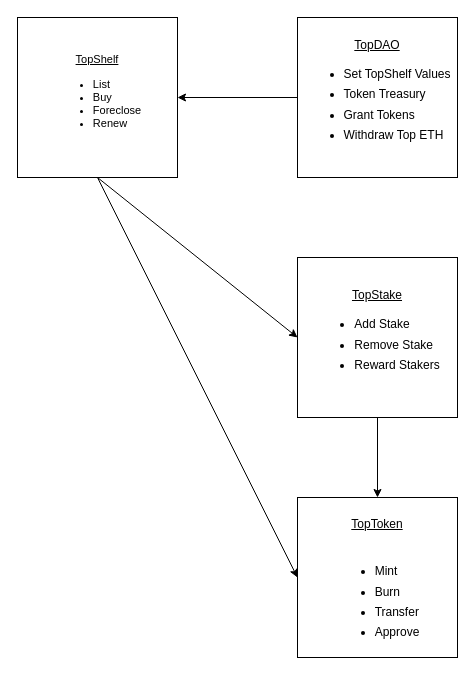
The draw.io diagram outline.drawio in almaraz97/TopShelf, before the edit. Source tidied: cells renumbered, new cells numbered last; positions are measured from the earlier drawing's top-left corner, leaving out a move shared by most shapes. Both pictures are drawn from the tidied source at 100%, with x=0, y=0 at pixel (17, 17).
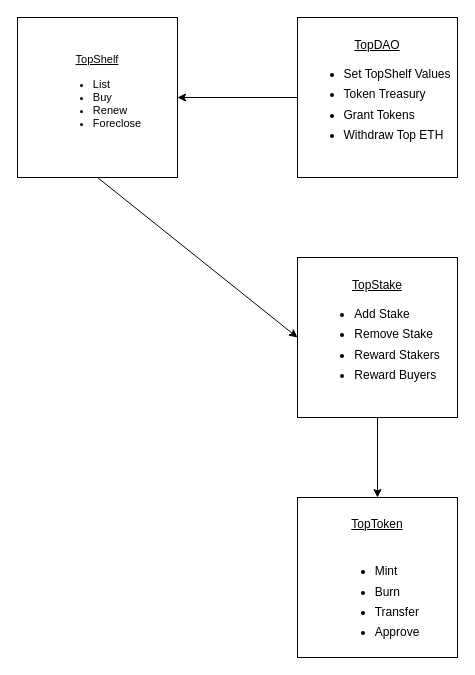
After the change.

Commit message (it also covers changes not shown here):
add additional staking.drawio graphics

Change to the diagram source:
```diff
@@
 <mxGraphModel>
   <root>
     <mxCell id="0" />
     <mxCell id="1" parent="0" />
     <mxCell id="2" style="edgeStyle=none;html=1;entryX=0.5;entryY=0;entryDx=0;entryDy=0;" parent="1" edge="1" source="3" target="9">
       <mxGeometry relative="1" as="geometry" />
     </mxCell>
-    <mxCell id="3" value="&lt;u&gt;TopStake&lt;/u&gt;&lt;p style=&quot;line-height: 2.6&quot;&gt;&lt;/p&gt;&lt;ul&gt;&lt;li style=&quot;text-align: left ; padding: 3px 0px&quot;&gt;Add Stake&lt;/li&gt;&lt;li style=&quot;text-align: left ; padding: 3px 0px&quot;&gt;Remove Stake&lt;/li&gt;&lt;li style=&quot;text-align: left ; padding: 3px 0px&quot;&gt;Reward Stakers&lt;/li&gt;&lt;/ul&gt;" style="whiteSpace=wrap;html=1;" parent="1" vertex="1">
+    <mxCell id="3" value="&lt;u&gt;TopStake&lt;/u&gt;&lt;p style=&quot;line-height: 2.6&quot;&gt;&lt;/p&gt;&lt;ul&gt;&lt;li style=&quot;text-align: left ; padding: 3px 0px&quot;&gt;Add Stake&lt;/li&gt;&lt;li style=&quot;text-align: left ; padding: 3px 0px&quot;&gt;Remove Stake&lt;/li&gt;&lt;li style=&quot;text-align: left ; padding: 3px 0px&quot;&gt;Reward Stakers&lt;/li&gt;&lt;li style=&quot;text-align: left ; padding: 3px 0px&quot;&gt;Reward Buyers&lt;/li&gt;&lt;/ul&gt;" style="whiteSpace=wrap;html=1;" parent="1" vertex="1">
       <mxGeometry x="280" y="240" width="160" height="160" as="geometry" />
     </mxCell>
     <mxCell id="4" style="edgeStyle=none;html=1;" parent="1" edge="1" source="5" target="8">
       <mxGeometry relative="1" as="geometry" />
     </mxCell>
     <mxCell id="5" value="&lt;u&gt;TopDAO&lt;/u&gt;&lt;p style=&quot;line-height: 2.6&quot;&gt;&lt;/p&gt;&lt;ul&gt;&lt;li style=&quot;text-align: left ; padding: 3px 0px&quot;&gt;Set TopShelf Values&lt;/li&gt;&lt;li style=&quot;text-align: left ; padding: 3px 0px&quot;&gt;Token Treasury&lt;/li&gt;&lt;li style=&quot;text-align: left ; padding: 3px 0px&quot;&gt;Grant Tokens&lt;/li&gt;&lt;li style=&quot;text-align: left ; padding: 3px 0px&quot;&gt;Withdraw Top ETH&lt;/li&gt;&lt;/ul&gt;" style="whiteSpace=wrap;html=1;" parent="1" vertex="1">
       <mxGeometry x="280" width="160" height="160" as="geometry" />
     </mxCell>
     <mxCell id="6" style="edgeStyle=none;html=1;exitX=0.5;exitY=1;exitDx=0;exitDy=0;entryX=0;entryY=0.5;entryDx=0;entryDy=0;" parent="1" edge="1" source="8" target="3">
       <mxGeometry relative="1" as="geometry" />
     </mxCell>
-    <mxCell id="7" style="edgeStyle=none;html=1;exitX=0.5;exitY=1;exitDx=0;exitDy=0;entryX=0;entryY=0.5;entryDx=0;entryDy=0;" parent="1" edge="1" source="8" target="9">
-      <mxGeometry relative="1" as="geometry" />
-    </mxCell>
-    <mxCell id="8" value="&lt;font style=&quot;font-size: 11px&quot;&gt;&lt;u&gt;TopShelf&lt;/u&gt;&lt;/font&gt;&lt;p style=&quot;line-height: 2.6 ; font-size: 11px&quot;&gt;&lt;/p&gt;&lt;ul style=&quot;font-size: 11px&quot;&gt;&lt;li style=&quot;text-align: left&quot;&gt;&lt;font style=&quot;font-size: 11px&quot;&gt;List&lt;/font&gt;&lt;/li&gt;&lt;li style=&quot;text-align: left&quot;&gt;&lt;font style=&quot;font-size: 11px&quot;&gt;Buy&lt;/font&gt;&lt;/li&gt;&lt;li style=&quot;text-align: left&quot;&gt;&lt;font style=&quot;font-size: 11px&quot;&gt;Foreclose&lt;/font&gt;&lt;/li&gt;&lt;li style=&quot;text-align: left&quot;&gt;&lt;font style=&quot;font-size: 11px&quot;&gt;Renew&lt;/font&gt;&lt;/li&gt;&lt;/ul&gt;&lt;p&gt;&lt;/p&gt;" style="whiteSpace=wrap;html=1;" parent="1" vertex="1">
+    <mxCell id="8" value="&lt;font style=&quot;font-size: 11px&quot;&gt;&lt;u&gt;TopShelf&lt;/u&gt;&lt;/font&gt;&lt;p style=&quot;line-height: 2.6 ; font-size: 11px&quot;&gt;&lt;/p&gt;&lt;ul style=&quot;font-size: 11px&quot;&gt;&lt;li style=&quot;text-align: left&quot;&gt;&lt;font style=&quot;font-size: 11px&quot;&gt;List&lt;/font&gt;&lt;/li&gt;&lt;li style=&quot;text-align: left&quot;&gt;&lt;font style=&quot;font-size: 11px&quot;&gt;Buy&lt;/font&gt;&lt;/li&gt;&lt;li style=&quot;text-align: left&quot;&gt;Renew&lt;/li&gt;&lt;li style=&quot;text-align: left&quot;&gt;&lt;font style=&quot;font-size: 11px&quot;&gt;Foreclose&lt;/font&gt;&lt;/li&gt;&lt;/ul&gt;&lt;p&gt;&lt;/p&gt;" style="whiteSpace=wrap;html=1;" parent="1" vertex="1">
       <mxGeometry width="160" height="160" as="geometry" />
     </mxCell>
     <mxCell id="9" value="&lt;u style=&quot;line-height: 4.1&quot;&gt;TopToken&lt;/u&gt;&lt;p style=&quot;line-height: 2.6&quot;&gt;&lt;/p&gt;&lt;ul&gt;&lt;li style=&quot;text-align: left ; padding: 3px 0px&quot;&gt;Mint&lt;/li&gt;&lt;li style=&quot;text-align: left ; padding: 3px 0px&quot;&gt;Burn&lt;/li&gt;&lt;li style=&quot;text-align: left ; padding: 3px 0px&quot;&gt;Transfer&lt;/li&gt;&lt;li style=&quot;text-align: left ; padding: 3px 0px&quot;&gt;Approve&lt;/li&gt;&lt;/ul&gt;" style="whiteSpace=wrap;html=1;" parent="1" vertex="1">
       <mxGeometry x="280" y="480" width="160" height="160" as="geometry" />
     </mxCell>
   </root>
 </mxGraphModel>
```
